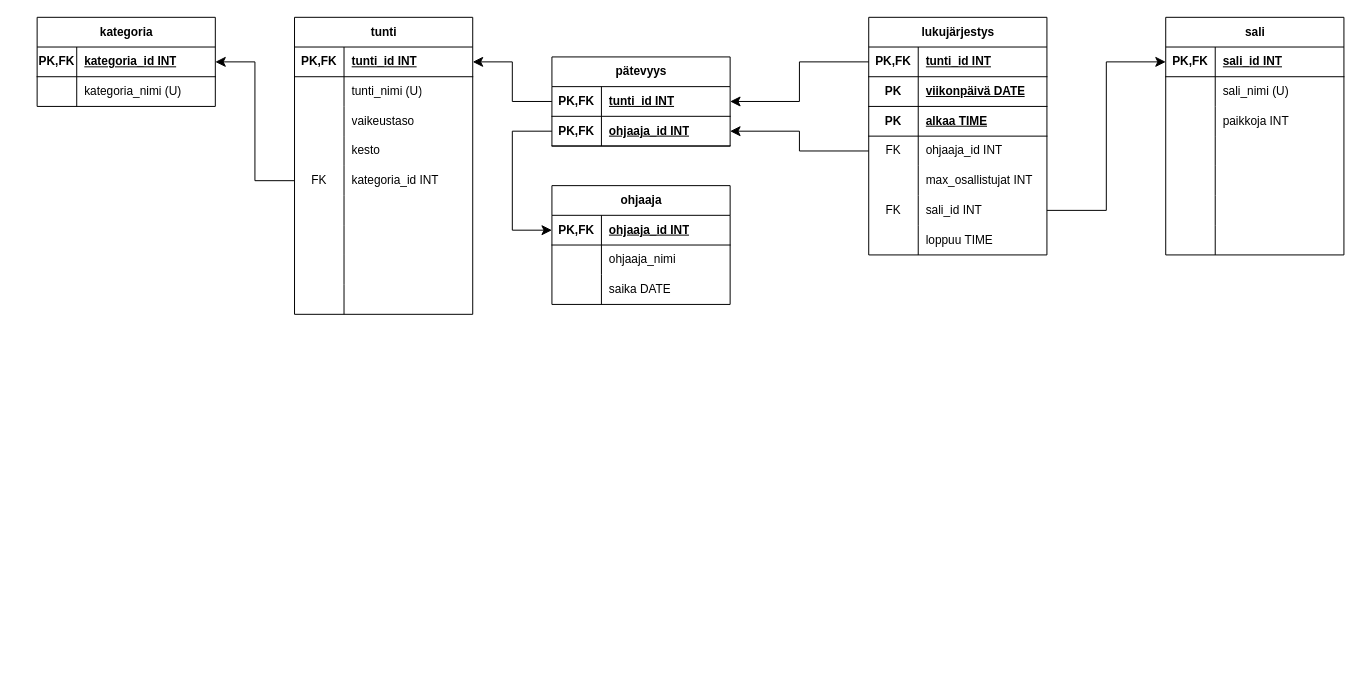
The draw.io diagram harj4t2.drawio in makevs/tikape_diagrams, before the edit. Source tidied: cells renumbered, new cells numbered last; positions are measured from the earlier drawing's top-left corner, leaving out a move shared by most shapes. Both pictures are drawn from the tidied source at 99%, with x=0, y=0 at pixel (37, 17).
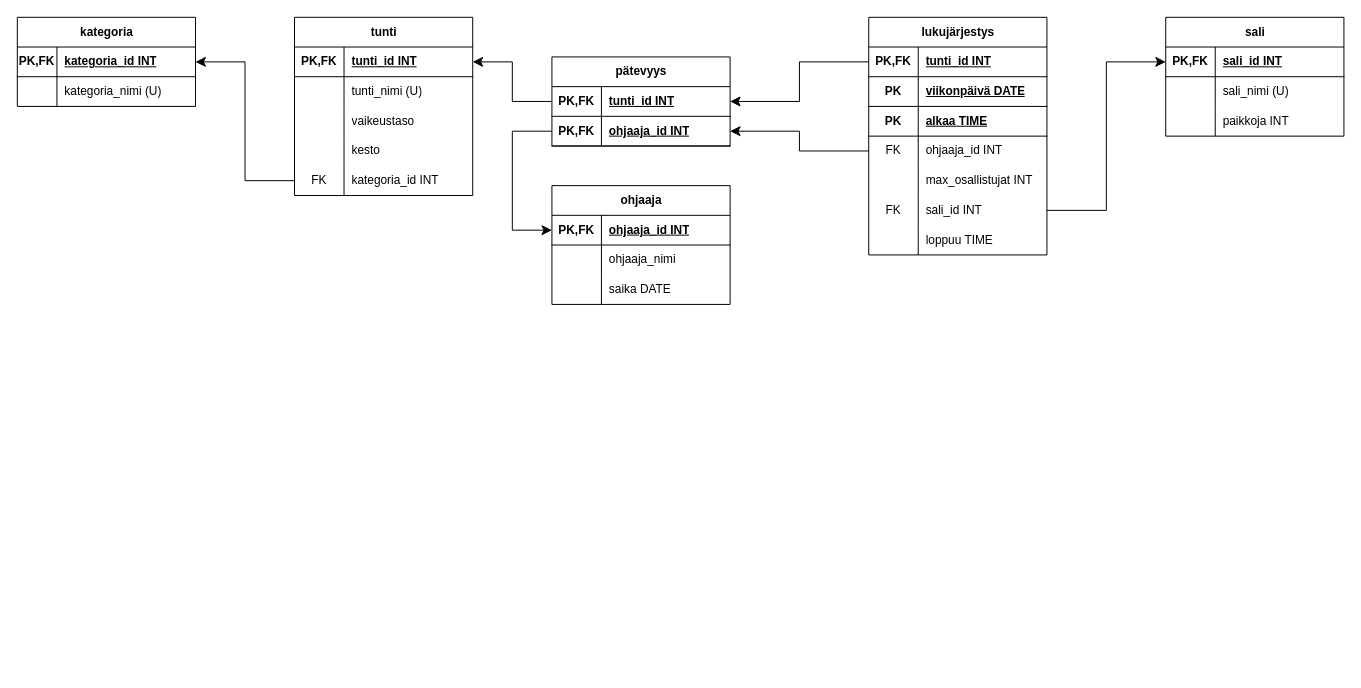
Above is the later version.

Change to the diagram source:
```diff
@@
     <mxCell id="2" value="tunti" style="shape=table;startSize=30;childLayout=tableLayout;rowLines=0;fontStyle=1;align=center;html=1;" parent="1" vertex="1">
-      <mxGeometry x="260" width="180" height="300" as="geometry" />
+      <mxGeometry x="260" width="180" height="180" as="geometry" />
     </mxCell>
@@
-    <mxCell id="18" style="shape=tableRow;horizontal=0;startSize=0;swimlaneHead=0;swimlaneBody=0;fillColor=none;top=0;left=0;right=0;bottom=0;" parent="2" vertex="1">
-      <mxGeometry y="180" width="180" height="30" as="geometry" />
-    </mxCell>
-    <mxCell id="19" style="shape=partialRectangle;fillColor=none;top=0;left=0;bottom=0;right=0;overflow=hidden;whiteSpace=wrap;html=1;" parent="18" vertex="1">
-      <mxGeometry width="50" height="30" as="geometry" />
-    </mxCell>
-    <mxCell id="20" style="shape=partialRectangle;fillColor=none;top=0;left=0;bottom=0;right=0;align=left;spacingLeft=6;overflow=hidden;whiteSpace=wrap;html=1;" parent="18" vertex="1">
-      <mxGeometry x="50" width="130" height="30" as="geometry" />
-    </mxCell>
-    <mxCell id="21" style="shape=tableRow;horizontal=0;startSize=0;swimlaneHead=0;swimlaneBody=0;fillColor=none;top=0;left=0;right=0;bottom=0;" parent="2" vertex="1">
-      <mxGeometry y="210" width="180" height="30" as="geometry" />
-    </mxCell>
-    <mxCell id="22" style="shape=partialRectangle;fillColor=none;top=0;left=0;bottom=0;right=0;overflow=hidden;whiteSpace=wrap;html=1;" parent="21" vertex="1">
-      <mxGeometry width="50" height="30" as="geometry" />
-    </mxCell>
-    <mxCell id="23" style="shape=partialRectangle;fillColor=none;top=0;left=0;bottom=0;right=0;align=left;spacingLeft=6;overflow=hidden;whiteSpace=wrap;html=1;" parent="21" vertex="1">
-      <mxGeometry x="50" width="130" height="30" as="geometry" />
-    </mxCell>
-    <mxCell id="24" style="shape=tableRow;horizontal=0;startSize=0;swimlaneHead=0;swimlaneBody=0;fillColor=none;top=0;left=0;right=0;bottom=0;" parent="2" vertex="1">
-      <mxGeometry y="240" width="180" height="30" as="geometry" />
-    </mxCell>
-    <mxCell id="25" style="shape=partialRectangle;fillColor=none;top=0;left=0;bottom=0;right=0;overflow=hidden;whiteSpace=wrap;html=1;" parent="24" vertex="1">
-      <mxGeometry width="50" height="30" as="geometry" />
-    </mxCell>
-    <mxCell id="26" style="shape=partialRectangle;fillColor=none;top=0;left=0;bottom=0;right=0;align=left;spacingLeft=6;overflow=hidden;whiteSpace=wrap;html=1;" parent="24" vertex="1">
-      <mxGeometry x="50" width="130" height="30" as="geometry" />
-    </mxCell>
-    <mxCell id="27" style="shape=tableRow;horizontal=0;startSize=0;swimlaneHead=0;swimlaneBody=0;fillColor=none;top=0;left=0;right=0;bottom=0;" parent="2" vertex="1">
-      <mxGeometry y="270" width="180" height="30" as="geometry" />
-    </mxCell>
-    <mxCell id="28" style="shape=partialRectangle;fillColor=none;top=0;left=0;bottom=0;right=0;overflow=hidden;whiteSpace=wrap;html=1;" parent="27" vertex="1">
-      <mxGeometry width="50" height="30" as="geometry" />
-    </mxCell>
-    <mxCell id="29" style="shape=partialRectangle;fillColor=none;top=0;left=0;bottom=0;right=0;align=left;spacingLeft=6;overflow=hidden;whiteSpace=wrap;html=1;" parent="27" vertex="1">
-      <mxGeometry x="50" width="130" height="30" as="geometry" />
-    </mxCell>
     <mxCell id="30" value="kategoria" style="shape=table;startSize=30;childLayout=tableLayout;rowLines=0;fontStyle=1;align=center;html=1;" parent="1" vertex="1">
-      <mxGeometry width="180" height="90" as="geometry" />
+      <mxGeometry x="-20" width="180" height="90" as="geometry" />
     </mxCell>
@@
     <mxCell id="76" value="sali" style="shape=table;startSize=30;childLayout=tableLayout;rowLines=0;fontStyle=1;align=center;html=1;" parent="1" vertex="1">
-      <mxGeometry x="1140" width="180" height="240" as="geometry" />
+      <mxGeometry x="1140" width="180" height="120" as="geometry" />
     </mxCell>
@@
-    <mxCell id="86" style="shape=tableRow;horizontal=0;startSize=0;swimlaneHead=0;swimlaneBody=0;fillColor=none;top=0;left=0;right=0;bottom=0;" parent="76" vertex="1">
-      <mxGeometry y="120" width="180" height="30" as="geometry" />
-    </mxCell>
-    <mxCell id="87" style="shape=partialRectangle;fillColor=none;top=0;left=0;bottom=0;right=0;overflow=hidden;whiteSpace=wrap;html=1;" parent="86" vertex="1">
-      <mxGeometry width="50" height="30" as="geometry" />
-    </mxCell>
-    <mxCell id="88" style="shape=partialRectangle;fillColor=none;top=0;left=0;bottom=0;right=0;align=left;spacingLeft=6;overflow=hidden;whiteSpace=wrap;html=1;" parent="86" vertex="1">
-      <mxGeometry x="50" width="130" height="30" as="geometry" />
-    </mxCell>
-    <mxCell id="89" style="shape=tableRow;horizontal=0;startSize=0;swimlaneHead=0;swimlaneBody=0;fillColor=none;top=0;left=0;right=0;bottom=0;" parent="76" vertex="1">
-      <mxGeometry y="150" width="180" height="30" as="geometry" />
-    </mxCell>
-    <mxCell id="90" style="shape=partialRectangle;fillColor=none;top=0;left=0;bottom=0;right=0;overflow=hidden;whiteSpace=wrap;html=1;" parent="89" vertex="1">
-      <mxGeometry width="50" height="30" as="geometry" />
-    </mxCell>
-    <mxCell id="91" style="shape=partialRectangle;fillColor=none;top=0;left=0;bottom=0;right=0;align=left;spacingLeft=6;overflow=hidden;whiteSpace=wrap;html=1;" parent="89" vertex="1">
-      <mxGeometry x="50" width="130" height="30" as="geometry" />
-    </mxCell>
-    <mxCell id="92" style="shape=tableRow;horizontal=0;startSize=0;swimlaneHead=0;swimlaneBody=0;fillColor=none;top=0;left=0;right=0;bottom=0;" parent="76" vertex="1">
-      <mxGeometry y="180" width="180" height="30" as="geometry" />
-    </mxCell>
-    <mxCell id="93" style="shape=partialRectangle;fillColor=none;top=0;left=0;bottom=0;right=0;overflow=hidden;whiteSpace=wrap;html=1;" parent="92" vertex="1">
-      <mxGeometry width="50" height="30" as="geometry" />
-    </mxCell>
-    <mxCell id="94" style="shape=partialRectangle;fillColor=none;top=0;left=0;bottom=0;right=0;align=left;spacingLeft=6;overflow=hidden;whiteSpace=wrap;html=1;" parent="92" vertex="1">
-      <mxGeometry x="50" width="130" height="30" as="geometry" />
-    </mxCell>
-    <mxCell id="95" style="shape=tableRow;horizontal=0;startSize=0;swimlaneHead=0;swimlaneBody=0;fillColor=none;top=0;left=0;right=0;bottom=0;" parent="76" vertex="1">
-      <mxGeometry y="210" width="180" height="30" as="geometry" />
-    </mxCell>
-    <mxCell id="96" style="shape=partialRectangle;fillColor=none;top=0;left=0;bottom=0;right=0;overflow=hidden;whiteSpace=wrap;html=1;" parent="95" vertex="1">
-      <mxGeometry width="50" height="30" as="geometry" />
-    </mxCell>
-    <mxCell id="97" style="shape=partialRectangle;fillColor=none;top=0;left=0;bottom=0;right=0;align=left;spacingLeft=6;overflow=hidden;whiteSpace=wrap;html=1;" parent="95" vertex="1">
-      <mxGeometry x="50" width="130" height="30" as="geometry" />
-    </mxCell>
```
